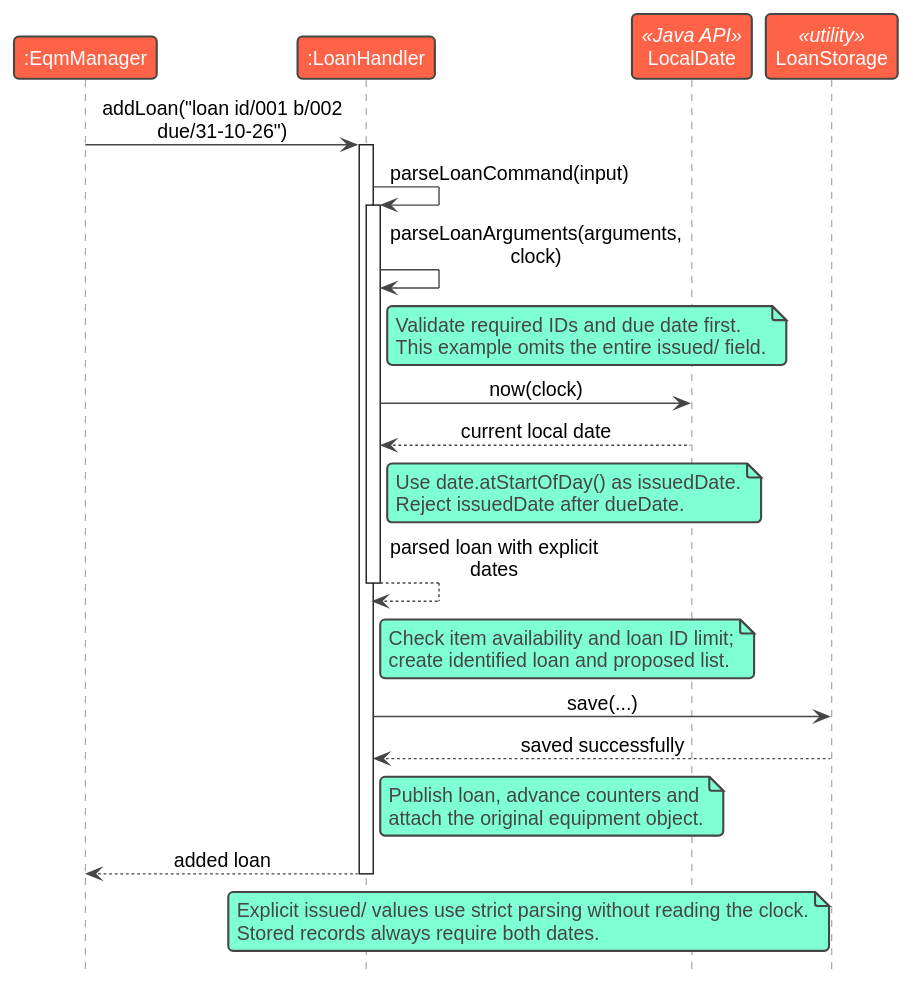
Earlier version of the PlantUML export docs/images/LoanDateDefault.svg (AY2627S1-CS2113-W13-1/tp). The source it was exported from:
```plantuml
@startuml
!include style.puml
hide footbox
skinparam sequenceMessageAlign center
skinparam maxMessageSize 180

participant ":EqmManager" as Manager
participant ":LoanHandler" as Handler
participant "LocalDate" as Date <<Java API>>
participant "LoanStorage" as Store <<utility>>

Manager -> Handler: addLoan("loan id/001 b/002 due/31-10-26")
activate Handler
Handler -> Handler: parseLoanCommand(input)
activate Handler
Handler -> Handler: parseLoanArguments(arguments, clock)
note right of Handler
Validate required IDs and due date first.
This example omits the entire issued/ field.
end note
Handler -> Date: now(clock)
Date --> Handler: current local date
note right of Handler
Use date.atStartOfDay() as issuedDate.
Reject issuedDate after dueDate.
end note
Handler --> Handler: parsed loan with explicit dates
deactivate Handler
note right of Handler
Check item availability and loan ID limit;
create identified loan and proposed list.
end note
Handler -> Store: save(...)
Store --> Handler: saved successfully
note right of Handler
Publish loan, advance counters and
attach the original equipment object.
end note
Handler --> Manager: added loan
deactivate Handler
note over Handler, Date
Explicit issued/ values use strict parsing without reading the clock.
Stored records always require both dates.
end note
@enduml
```
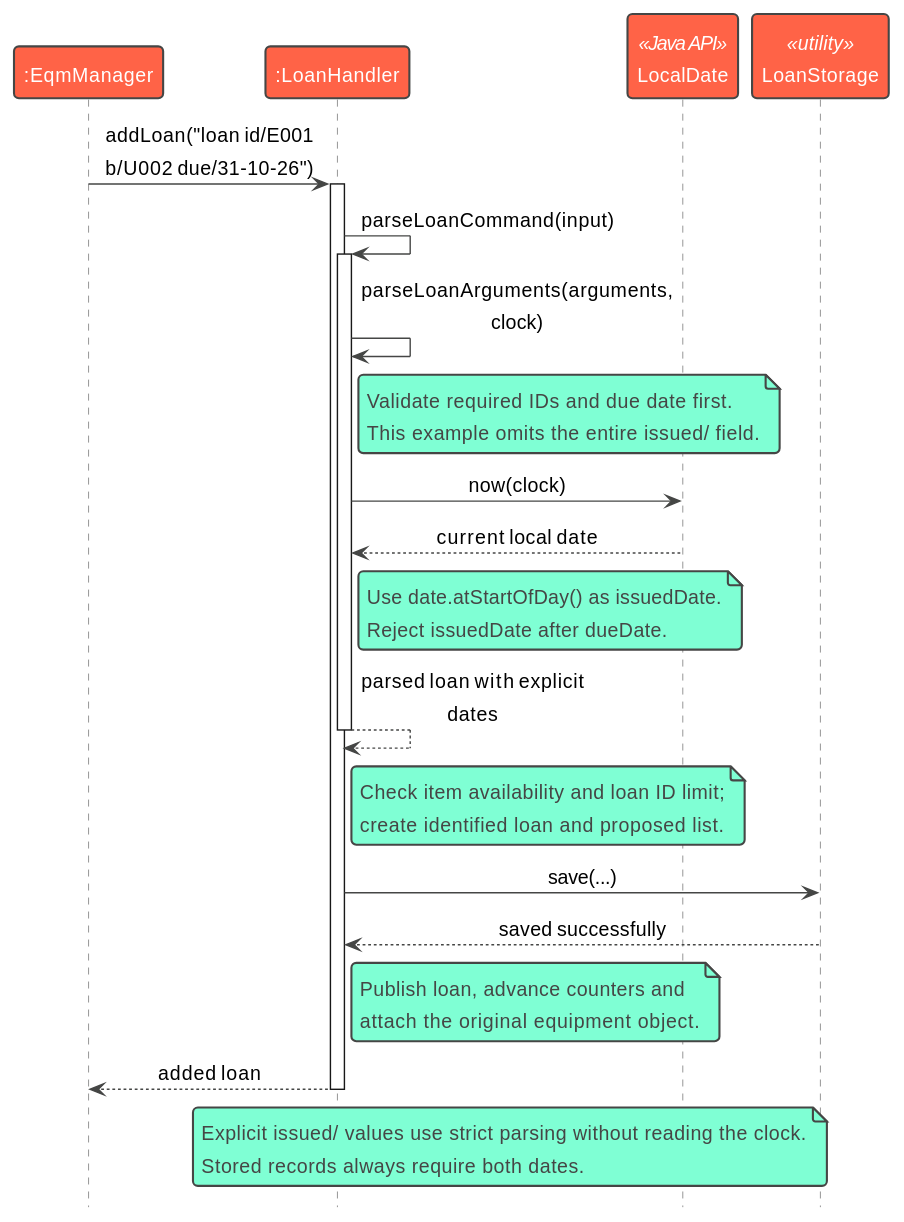
After the commit.

Change to the diagram source:
```diff
@@ -9,7 +9,7 @@
 participant "LocalDate" as Date <<Java API>>
 participant "LoanStorage" as Store <<utility>>
 
-Manager -> Handler: addLoan("loan id/001 b/002 due/31-10-26")
+Manager -> Handler: addLoan("loan id/E001 b/U002 due/31-10-26")
 activate Handler
 Handler -> Handler: parseLoanCommand(input)
 activate Handler
```
